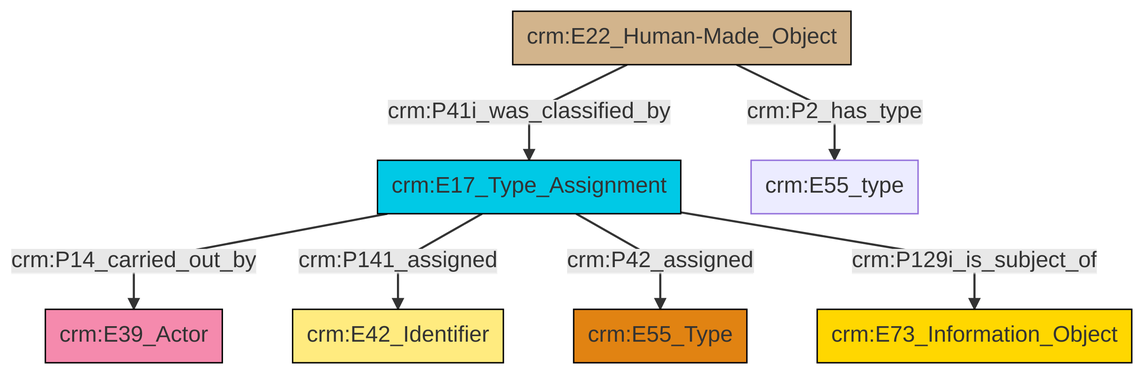
ncarboni/srdm keeps this Mermaid diagram as et/builtWorkCSV/ttl/mmd/png/Built_Work_designation_status.png. Above is the earlier version. Its source is kept beside it as et/builtWorkCSV/ttl/mmd/Built_Work_designation_status.ttl.mmd.
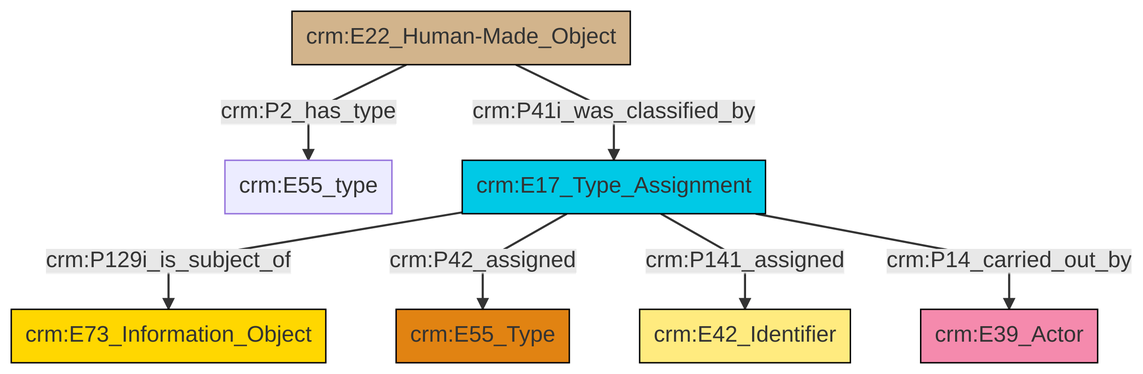
Above is the later version.

The edit, as a diff of the source:
```diff
@@ -13,9 +13,9 @@
 classDef PC_Classes fill:#4ce600, stroke:#000000;
 classDef Multi fill:#cccccc,stroke:#000000;
 
-3["crm:E22_Human-Made_Object"]:::Physical_Thing -->|crm:P41i_was_classified_by| 7["crm:E17_Type_Assignment"]:::Temporal_Entity
-3["crm:E22_Human-Made_Object"]:::Physical_Thing -->|crm:P2_has_type| 9["crm:E55_type"]:::Default
-7["crm:E17_Type_Assignment"]:::Temporal_Entity -->|crm:P14_carried_out_by| 5["crm:E39_Actor"]:::Actor
-7["crm:E17_Type_Assignment"]:::Temporal_Entity -->|crm:P141_assigned| 12["crm:E42_Identifier"]:::Appellation
-7["crm:E17_Type_Assignment"]:::Temporal_Entity -->|crm:P42_assigned| 0["crm:E55_Type"]:::Type
-7["crm:E17_Type_Assignment"]:::Temporal_Entity -->|crm:P129i_is_subject_of| 10["crm:E73_Information_Object"]:::Conceptual_Object
+2["crm:E22_Human-Made_Object"]:::Physical_Thing -->|crm:P2_has_type| 3["crm:E55_type"]:::Default
+2["crm:E22_Human-Made_Object"]:::Physical_Thing -->|crm:P41i_was_classified_by| 4["crm:E17_Type_Assignment"]:::Temporal_Entity
+4["crm:E17_Type_Assignment"]:::Temporal_Entity -->|crm:P129i_is_subject_of| 5["crm:E73_Information_Object"]:::Conceptual_Object
+4["crm:E17_Type_Assignment"]:::Temporal_Entity -->|crm:P42_assigned| 8["crm:E55_Type"]:::Type
+4["crm:E17_Type_Assignment"]:::Temporal_Entity -->|crm:P141_assigned| 9["crm:E42_Identifier"]:::Appellation
+4["crm:E17_Type_Assignment"]:::Temporal_Entity -->|crm:P14_carried_out_by| 0["crm:E39_Actor"]:::Actor
```
